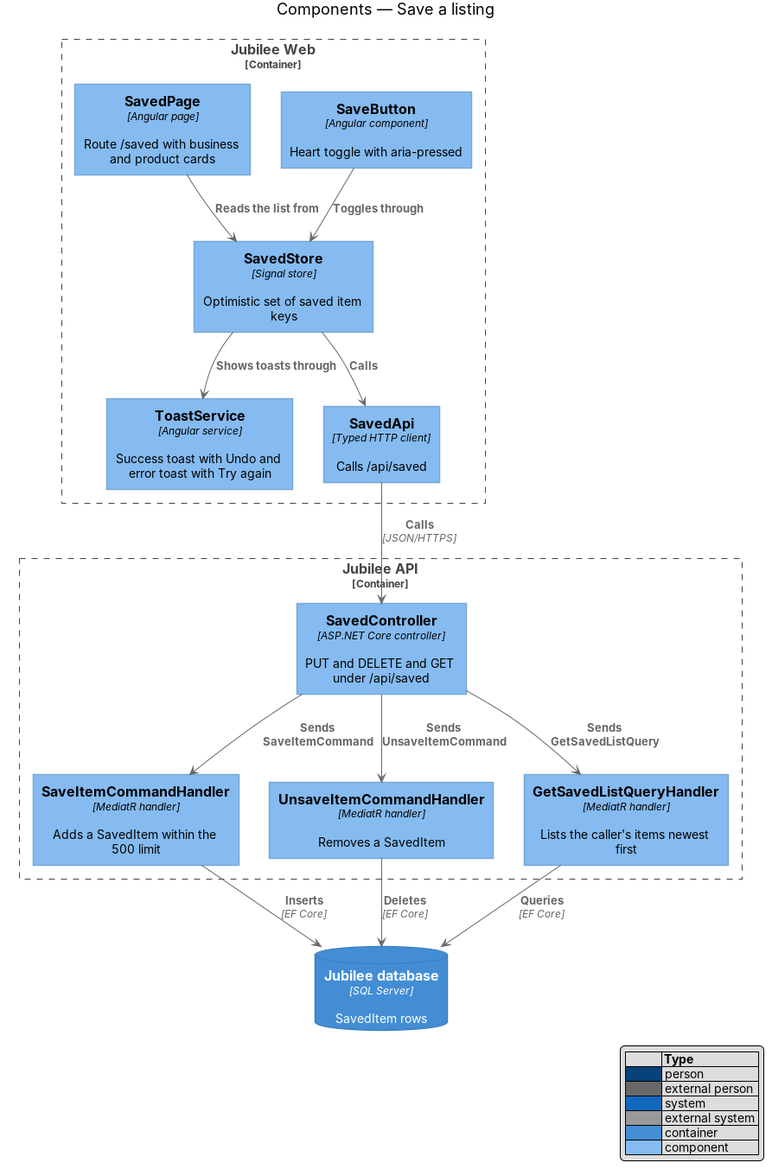
Above: docs/detailed-designs/listings/save-listing/diagrams/c4-component.png in QuinntyneBrown/jubilee (PlantUML), before the change. Its source is kept beside it as docs/detailed-designs/listings/save-listing/diagrams/c4-component.puml.
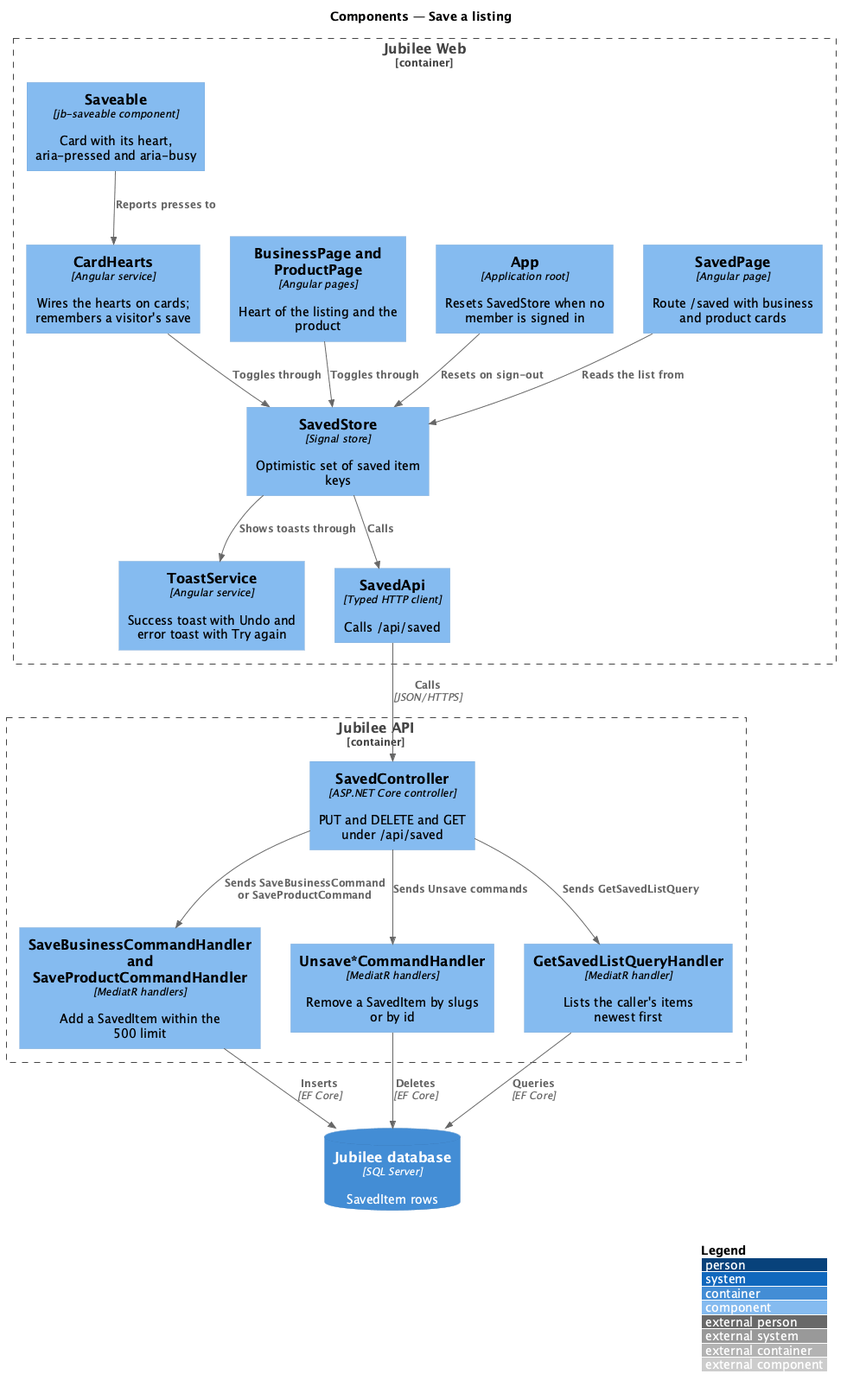
Above is the later version.

Change to the diagram source:
```diff
@@ -4,7 +4,10 @@
 title Components — Save a listing
 
 Container_Boundary(web, "Jubilee Web") {
-  Component(heart, "SaveButton", "Angular component", "Heart toggle with aria-pressed")
+  Component(heart, "Saveable", "jb-saveable component", "Card with its heart, aria-pressed and aria-busy")
+  Component(hearts, "CardHearts", "Angular service", "Wires the hearts on cards; remembers a visitor's save")
+  Component(pages, "BusinessPage and ProductPage", "Angular pages", "Heart of the listing and the product")
+  Component(app, "App", "Application root", "Resets SavedStore when no member is signed in")
   Component(page, "SavedPage", "Angular page", "Route /saved with business and product cards")
   Component(store, "SavedStore", "Signal store", "Optimistic set of saved item keys")
   Component(toast, "ToastService", "Angular service", "Success toast with Undo and error toast with Try again")
@@ -12,19 +15,22 @@
 }
 Container_Boundary(api, "Jubilee API") {
   Component(ctrl, "SavedController", "ASP.NET Core controller", "PUT and DELETE and GET under /api/saved")
-  Component(save, "SaveItemCommandHandler", "MediatR handler", "Adds a SavedItem within the 500 limit")
-  Component(unsave, "UnsaveItemCommandHandler", "MediatR handler", "Removes a SavedItem")
+  Component(save, "SaveBusinessCommandHandler and SaveProductCommandHandler", "MediatR handlers", "Add a SavedItem within the 500 limit")
+  Component(unsave, "Unsave*CommandHandler", "MediatR handlers", "Remove a SavedItem by slugs or by id")
   Component(list, "GetSavedListQueryHandler", "MediatR handler", "Lists the caller's items newest first")
 }
 ContainerDb(db, "Jubilee database", "SQL Server", "SavedItem rows")
 
-Rel(heart, store, "Toggles through")
+Rel(heart, hearts, "Reports presses to")
+Rel(hearts, store, "Toggles through")
+Rel(pages, store, "Toggles through")
+Rel(app, store, "Resets on sign-out")
 Rel(page, store, "Reads the list from")
 Rel(store, toast, "Shows toasts through")
 Rel(store, client, "Calls")
 Rel(client, ctrl, "Calls", "JSON/HTTPS")
-Rel(ctrl, save, "Sends SaveItemCommand")
-Rel(ctrl, unsave, "Sends UnsaveItemCommand")
+Rel(ctrl, save, "Sends SaveBusinessCommand or SaveProductCommand")
+Rel(ctrl, unsave, "Sends Unsave commands")
 Rel(ctrl, list, "Sends GetSavedListQuery")
 Rel(save, db, "Inserts", "EF Core")
 Rel(unsave, db, "Deletes", "EF Core")
```
